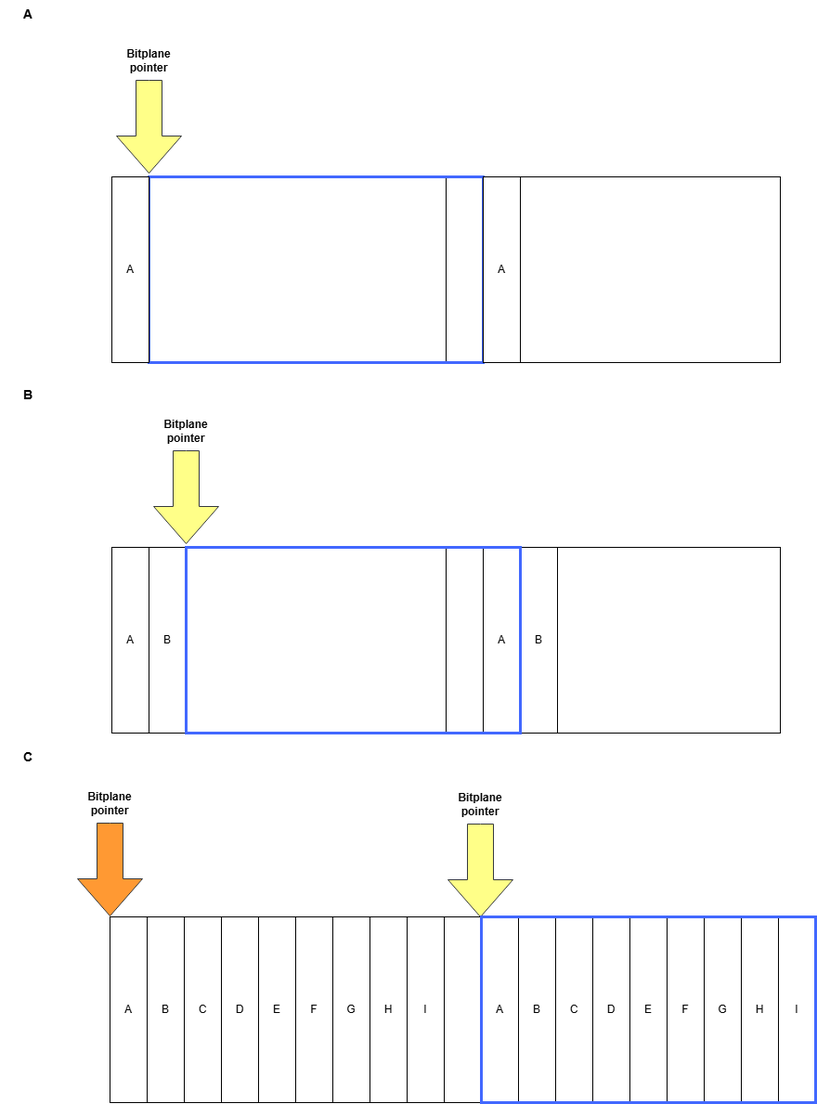
Before: tutorials/images/background.drawio.png, a diagram exported from draw.io (stefanocoppi/amiga_game_prog). Source tidied: cells renumbered, new cells last; positions are measured from the earlier drawing's top-left corner, leaving out a move shared by most shapes. Its diagram source:
```xml
<mxGraphModel>
  <root>
    <mxCell id="0" />
    <mxCell id="1" parent="0" />
    <mxCell id="2" style="rounded=0;whiteSpace=wrap;html=1;" parent="1" vertex="1">
      <mxGeometry x="120" y="190" width="360" height="200" as="geometry" />
    </mxCell>
    <mxCell id="3" style="rounded=0;whiteSpace=wrap;html=1;" parent="1" vertex="1">
      <mxGeometry x="480" y="190" width="360" height="200" as="geometry" />
    </mxCell>
    <mxCell id="4" style="rounded=0;whiteSpace=wrap;html=1;strokeWidth=3;strokeColor=#4268FF;fillColor=none;" parent="1" vertex="1">
      <mxGeometry x="160" y="190" width="360" height="200" as="geometry" />
    </mxCell>
    <mxCell id="5" value="A" style="rounded=0;whiteSpace=wrap;html=1;" parent="1" vertex="1">
      <mxGeometry x="120" y="190" width="40" height="200" as="geometry" />
    </mxCell>
    <mxCell id="6" value="A" style="rounded=0;whiteSpace=wrap;html=1;" parent="1" vertex="1">
      <mxGeometry x="520" y="190" width="40" height="200" as="geometry" />
    </mxCell>
    <mxCell id="7" style="rounded=0;whiteSpace=wrap;html=1;" parent="1" vertex="1">
      <mxGeometry x="118" y="987" width="360" height="200" as="geometry" />
    </mxCell>
    <mxCell id="8" style="rounded=0;whiteSpace=wrap;html=1;" parent="1" vertex="1">
      <mxGeometry x="478" y="987" width="360" height="200" as="geometry" />
    </mxCell>
    <mxCell id="9" value="A" style="rounded=0;whiteSpace=wrap;html=1;" parent="1" vertex="1">
      <mxGeometry x="118" y="987" width="40" height="200" as="geometry" />
    </mxCell>
    <mxCell id="10" value="A" style="rounded=0;whiteSpace=wrap;html=1;" parent="1" vertex="1">
      <mxGeometry x="518" y="987" width="40" height="200" as="geometry" />
    </mxCell>
    <mxCell id="11" style="group;" parent="1" vertex="1">
      <mxGeometry x="482" y="851" width="70" height="136" as="geometry" />
    </mxCell>
    <mxCell id="12" style="html=1;shadow=0;dashed=0;align=center;verticalAlign=middle;shape=mxgraph.arrows2.arrow;dy=0.6;dx=40;direction=south;notch=0;fillColor=#ffff88;strokeColor=#36393d;" parent="11" vertex="1">
      <mxGeometry y="36" width="70" height="100" as="geometry" />
    </mxCell>
    <mxCell id="13" value="&lt;b&gt;Bitplane pointer&lt;/b&gt;" style="text;html=1;align=center;verticalAlign=middle;whiteSpace=wrap;rounded=0;" parent="11" vertex="1">
      <mxGeometry x="5" width="60" height="30" as="geometry" />
    </mxCell>
    <mxCell id="14" style="group;" parent="1" vertex="1">
      <mxGeometry x="125" y="50" width="70" height="136" as="geometry" />
    </mxCell>
    <mxCell id="15" style="html=1;shadow=0;dashed=0;align=center;verticalAlign=middle;shape=mxgraph.arrows2.arrow;dy=0.6;dx=40;direction=south;notch=0;fillColor=#ffff88;strokeColor=#36393d;" parent="14" vertex="1">
      <mxGeometry y="36" width="70" height="100" as="geometry" />
    </mxCell>
    <mxCell id="16" value="&lt;b&gt;Bitplane pointer&lt;/b&gt;" style="text;html=1;align=center;verticalAlign=middle;whiteSpace=wrap;rounded=0;" parent="14" vertex="1">
      <mxGeometry x="5" width="60" height="30" as="geometry" />
    </mxCell>
    <mxCell id="17" value="B" style="rounded=0;whiteSpace=wrap;html=1;" parent="1" vertex="1">
      <mxGeometry x="158" y="987" width="40" height="200" as="geometry" />
    </mxCell>
    <mxCell id="18" value="B" style="rounded=0;whiteSpace=wrap;html=1;" parent="1" vertex="1">
      <mxGeometry x="558" y="987" width="40" height="200" as="geometry" />
    </mxCell>
    <mxCell id="19" value="C" style="rounded=0;whiteSpace=wrap;html=1;" parent="1" vertex="1">
      <mxGeometry x="198" y="987" width="40" height="200" as="geometry" />
    </mxCell>
    <mxCell id="20" value="C" style="rounded=0;whiteSpace=wrap;html=1;" parent="1" vertex="1">
      <mxGeometry x="598" y="987" width="40" height="200" as="geometry" />
    </mxCell>
    <mxCell id="21" value="D" style="rounded=0;whiteSpace=wrap;html=1;" parent="1" vertex="1">
      <mxGeometry x="238" y="987" width="40" height="200" as="geometry" />
    </mxCell>
    <mxCell id="22" value="D" style="rounded=0;whiteSpace=wrap;html=1;" parent="1" vertex="1">
      <mxGeometry x="638" y="987" width="40" height="200" as="geometry" />
    </mxCell>
    <mxCell id="23" value="E" style="rounded=0;whiteSpace=wrap;html=1;" parent="1" vertex="1">
      <mxGeometry x="278" y="987" width="40" height="200" as="geometry" />
    </mxCell>
    <mxCell id="24" value="E" style="rounded=0;whiteSpace=wrap;html=1;" parent="1" vertex="1">
      <mxGeometry x="678" y="987" width="40" height="200" as="geometry" />
    </mxCell>
    <mxCell id="25" value="F" style="rounded=0;whiteSpace=wrap;html=1;" parent="1" vertex="1">
      <mxGeometry x="318" y="987" width="40" height="200" as="geometry" />
    </mxCell>
    <mxCell id="26" value="F" style="rounded=0;whiteSpace=wrap;html=1;" parent="1" vertex="1">
      <mxGeometry x="718" y="987" width="40" height="200" as="geometry" />
    </mxCell>
    <mxCell id="27" value="G" style="rounded=0;whiteSpace=wrap;html=1;" parent="1" vertex="1">
      <mxGeometry x="358" y="987" width="40" height="200" as="geometry" />
    </mxCell>
    <mxCell id="28" value="G" style="rounded=0;whiteSpace=wrap;html=1;" parent="1" vertex="1">
      <mxGeometry x="758" y="987" width="40" height="200" as="geometry" />
    </mxCell>
    <mxCell id="29" value="H" style="rounded=0;whiteSpace=wrap;html=1;" parent="1" vertex="1">
      <mxGeometry x="398" y="987" width="40" height="200" as="geometry" />
    </mxCell>
    <mxCell id="30" value="H" style="rounded=0;whiteSpace=wrap;html=1;" parent="1" vertex="1">
      <mxGeometry x="798" y="987" width="40" height="200" as="geometry" />
    </mxCell>
    <mxCell id="31" value="I" style="rounded=0;whiteSpace=wrap;html=1;" parent="1" vertex="1">
      <mxGeometry x="438" y="987" width="40" height="200" as="geometry" />
    </mxCell>
    <mxCell id="32" value="I" style="rounded=0;whiteSpace=wrap;html=1;" parent="1" vertex="1">
      <mxGeometry x="838" y="987" width="40" height="200" as="geometry" />
    </mxCell>
    <mxCell id="33" style="rounded=0;whiteSpace=wrap;html=1;strokeWidth=3;strokeColor=#4268FF;fillColor=none;" parent="1" vertex="1">
      <mxGeometry x="518" y="987" width="360" height="200" as="geometry" />
    </mxCell>
    <mxCell id="34" style="group;" parent="1" vertex="1">
      <mxGeometry x="83" y="850" width="70" height="136" as="geometry" />
    </mxCell>
    <mxCell id="35" style="html=1;shadow=0;dashed=0;align=center;verticalAlign=middle;shape=mxgraph.arrows2.arrow;dy=0.6;dx=40;direction=south;notch=0;fillColor=#FF9933;strokeColor=#36393d;" parent="34" vertex="1">
      <mxGeometry y="36" width="70" height="100" as="geometry" />
    </mxCell>
    <mxCell id="36" value="&lt;b&gt;Bitplane pointer&lt;/b&gt;" style="text;html=1;align=center;verticalAlign=middle;whiteSpace=wrap;rounded=0;" parent="34" vertex="1">
      <mxGeometry x="5" width="60" height="30" as="geometry" />
    </mxCell>
    <mxCell id="37" style="rounded=0;whiteSpace=wrap;html=1;" parent="1" vertex="1">
      <mxGeometry x="120" y="589" width="360" height="200" as="geometry" />
    </mxCell>
    <mxCell id="38" style="rounded=0;whiteSpace=wrap;html=1;" parent="1" vertex="1">
      <mxGeometry x="480" y="589" width="360" height="200" as="geometry" />
    </mxCell>
    <mxCell id="39" value="A" style="rounded=0;whiteSpace=wrap;html=1;" parent="1" vertex="1">
      <mxGeometry x="120" y="589" width="40" height="200" as="geometry" />
    </mxCell>
    <mxCell id="40" value="A" style="rounded=0;whiteSpace=wrap;html=1;" parent="1" vertex="1">
      <mxGeometry x="520" y="589" width="40" height="200" as="geometry" />
    </mxCell>
    <mxCell id="41" style="group;" parent="1" vertex="1">
      <mxGeometry x="165" y="449" width="70" height="136" as="geometry" />
    </mxCell>
    <mxCell id="42" style="html=1;shadow=0;dashed=0;align=center;verticalAlign=middle;shape=mxgraph.arrows2.arrow;dy=0.6;dx=40;direction=south;notch=0;fillColor=#ffff88;strokeColor=#36393d;" parent="41" vertex="1">
      <mxGeometry y="36" width="70" height="100" as="geometry" />
    </mxCell>
    <mxCell id="43" value="&lt;b&gt;Bitplane pointer&lt;/b&gt;" style="text;html=1;align=center;verticalAlign=middle;whiteSpace=wrap;rounded=0;" parent="41" vertex="1">
      <mxGeometry x="5" width="60" height="30" as="geometry" />
    </mxCell>
    <mxCell id="44" value="B" style="rounded=0;whiteSpace=wrap;html=1;" parent="1" vertex="1">
      <mxGeometry x="160" y="589" width="40" height="200" as="geometry" />
    </mxCell>
    <mxCell id="45" value="B" style="rounded=0;whiteSpace=wrap;html=1;" parent="1" vertex="1">
      <mxGeometry x="560" y="589" width="40" height="200" as="geometry" />
    </mxCell>
    <mxCell id="46" style="rounded=0;whiteSpace=wrap;html=1;strokeWidth=3;strokeColor=#4268FF;fillColor=none;" parent="1" vertex="1">
      <mxGeometry x="200" y="589" width="360" height="200" as="geometry" />
    </mxCell>
    <mxCell id="47" value="&lt;b&gt;&lt;font style=&quot;font-size: 14px;&quot;&gt;A&lt;/font&gt;&lt;/b&gt;" style="text;html=1;align=center;verticalAlign=middle;whiteSpace=wrap;rounded=0;" parent="1" vertex="1">
      <mxGeometry width="60" height="30" as="geometry" />
    </mxCell>
    <mxCell id="48" value="&lt;b&gt;&lt;font style=&quot;font-size: 14px;&quot;&gt;B&lt;/font&gt;&lt;/b&gt;" style="text;html=1;align=center;verticalAlign=middle;whiteSpace=wrap;rounded=0;" parent="1" vertex="1">
      <mxGeometry y="410" width="60" height="30" as="geometry" />
    </mxCell>
    <mxCell id="49" value="&lt;b&gt;&lt;font style=&quot;font-size: 14px;&quot;&gt;C&lt;/font&gt;&lt;/b&gt;" style="text;html=1;align=center;verticalAlign=middle;whiteSpace=wrap;rounded=0;" parent="1" vertex="1">
      <mxGeometry y="800" width="60" height="30" as="geometry" />
    </mxCell>
  </root>
</mxGraphModel>
```
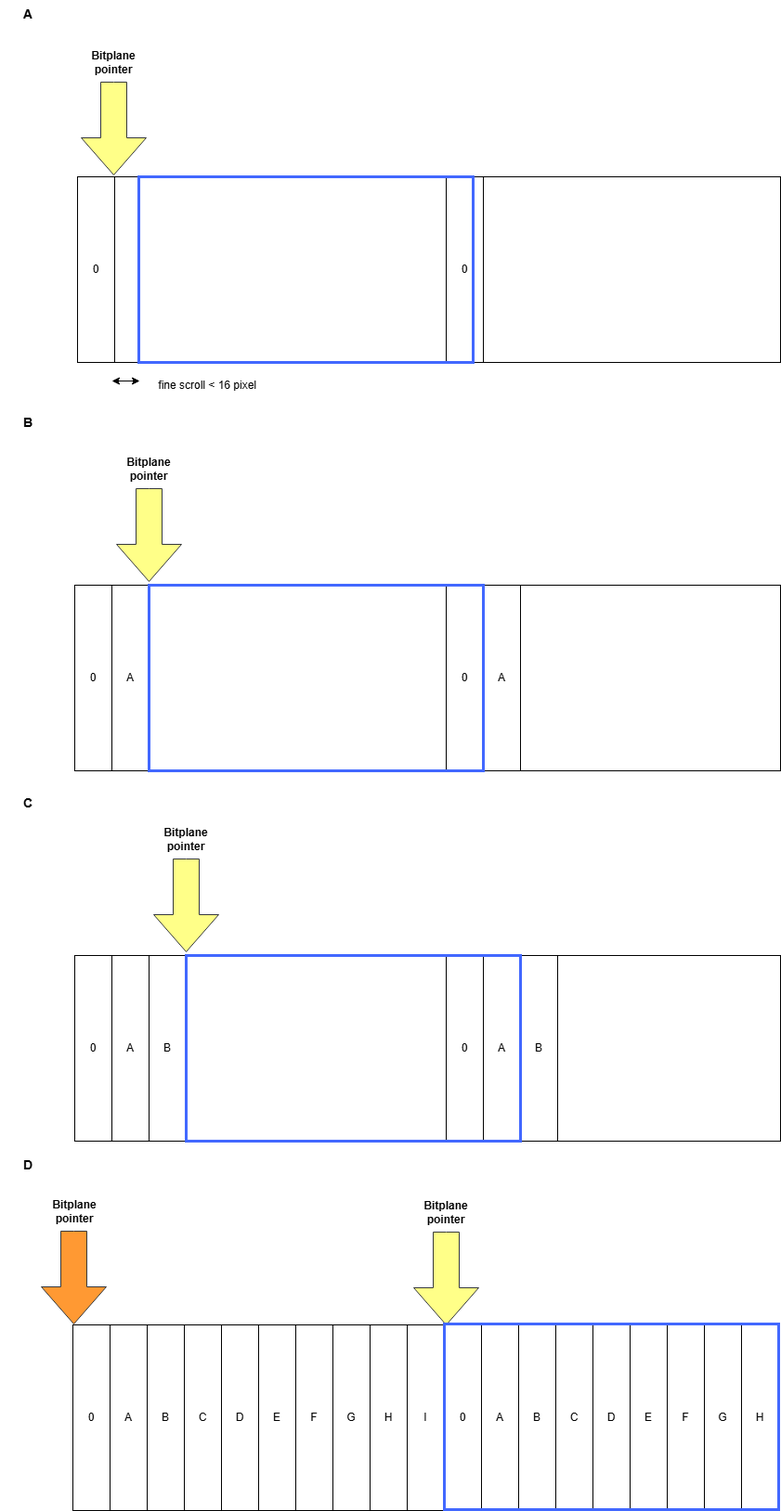
The same diagram one commit later.

Diff of the diagram source:
```diff
@@ -8,9 +8,6 @@
     <mxCell id="3" style="rounded=0;whiteSpace=wrap;html=1;" parent="1" vertex="1">
       <mxGeometry x="480" y="190" width="360" height="200" as="geometry" />
     </mxCell>
-    <mxCell id="4" style="rounded=0;whiteSpace=wrap;html=1;strokeWidth=3;strokeColor=#4268FF;fillColor=none;" parent="1" vertex="1">
-      <mxGeometry x="160" y="190" width="360" height="200" as="geometry" />
-    </mxCell>
     <mxCell id="5" value="A" style="rounded=0;whiteSpace=wrap;html=1;" parent="1" vertex="1">
       <mxGeometry x="120" y="190" width="40" height="200" as="geometry" />
     </mxCell>
@@ -30,7 +27,7 @@
       <mxGeometry x="518" y="987" width="40" height="200" as="geometry" />
     </mxCell>
     <mxCell id="11" style="group;" parent="1" vertex="1">
-      <mxGeometry x="482" y="851" width="70" height="136" as="geometry" />
+      <mxGeometry x="445" y="851" width="70" height="136" as="geometry" />
     </mxCell>
     <mxCell id="12" style="html=1;shadow=0;dashed=0;align=center;verticalAlign=middle;shape=mxgraph.arrows2.arrow;dy=0.6;dx=40;direction=south;notch=0;fillColor=#ffff88;strokeColor=#36393d;" parent="11" vertex="1">
       <mxGeometry y="36" width="70" height="100" as="geometry" />
@@ -92,17 +89,11 @@
     <mxCell id="31" value="I" style="rounded=0;whiteSpace=wrap;html=1;" parent="1" vertex="1">
       <mxGeometry x="438" y="987" width="40" height="200" as="geometry" />
     </mxCell>
-    <mxCell id="32" value="I" style="rounded=0;whiteSpace=wrap;html=1;" parent="1" vertex="1">
-      <mxGeometry x="838" y="987" width="40" height="200" as="geometry" />
-    </mxCell>
-    <mxCell id="33" style="rounded=0;whiteSpace=wrap;html=1;strokeWidth=3;strokeColor=#4268FF;fillColor=none;" parent="1" vertex="1">
-      <mxGeometry x="518" y="987" width="360" height="200" as="geometry" />
-    </mxCell>
     <mxCell id="34" style="group;" parent="1" vertex="1">
-      <mxGeometry x="83" y="850" width="70" height="136" as="geometry" />
+      <mxGeometry x="45" y="850" width="70" height="136" as="geometry" />
     </mxCell>
     <mxCell id="35" style="html=1;shadow=0;dashed=0;align=center;verticalAlign=middle;shape=mxgraph.arrows2.arrow;dy=0.6;dx=40;direction=south;notch=0;fillColor=#FF9933;strokeColor=#36393d;" parent="34" vertex="1">
-      <mxGeometry y="36" width="70" height="100" as="geometry" />
+      <mxGeometry x="-1" y="36" width="70" height="100" as="geometry" />
     </mxCell>
     <mxCell id="36" value="&lt;b&gt;Bitplane pointer&lt;/b&gt;" style="text;html=1;align=center;verticalAlign=middle;whiteSpace=wrap;rounded=0;" parent="34" vertex="1">
       <mxGeometry x="5" width="60" height="30" as="geometry" />
@@ -134,17 +125,77 @@
     <mxCell id="45" value="B" style="rounded=0;whiteSpace=wrap;html=1;" parent="1" vertex="1">
       <mxGeometry x="560" y="589" width="40" height="200" as="geometry" />
     </mxCell>
-    <mxCell id="46" style="rounded=0;whiteSpace=wrap;html=1;strokeWidth=3;strokeColor=#4268FF;fillColor=none;" parent="1" vertex="1">
-      <mxGeometry x="200" y="589" width="360" height="200" as="geometry" />
-    </mxCell>
-    <mxCell id="47" value="&lt;b&gt;&lt;font style=&quot;font-size: 14px;&quot;&gt;A&lt;/font&gt;&lt;/b&gt;" style="text;html=1;align=center;verticalAlign=middle;whiteSpace=wrap;rounded=0;" parent="1" vertex="1">
+    <mxCell id="47" value="&lt;b&gt;&lt;font style=&quot;font-size: 14px;&quot;&gt;B&lt;/font&gt;&lt;/b&gt;" style="text;html=1;align=center;verticalAlign=middle;whiteSpace=wrap;rounded=0;" parent="1" vertex="1">
       <mxGeometry width="60" height="30" as="geometry" />
     </mxCell>
-    <mxCell id="48" value="&lt;b&gt;&lt;font style=&quot;font-size: 14px;&quot;&gt;B&lt;/font&gt;&lt;/b&gt;" style="text;html=1;align=center;verticalAlign=middle;whiteSpace=wrap;rounded=0;" parent="1" vertex="1">
+    <mxCell id="48" value="&lt;b&gt;&lt;font style=&quot;font-size: 14px;&quot;&gt;C&lt;/font&gt;&lt;/b&gt;" style="text;html=1;align=center;verticalAlign=middle;whiteSpace=wrap;rounded=0;" parent="1" vertex="1">
       <mxGeometry y="410" width="60" height="30" as="geometry" />
     </mxCell>
-    <mxCell id="49" value="&lt;b&gt;&lt;font style=&quot;font-size: 14px;&quot;&gt;C&lt;/font&gt;&lt;/b&gt;" style="text;html=1;align=center;verticalAlign=middle;whiteSpace=wrap;rounded=0;" parent="1" vertex="1">
+    <mxCell id="49" value="&lt;b&gt;&lt;font style=&quot;font-size: 14px;&quot;&gt;D&lt;/font&gt;&lt;/b&gt;" style="text;html=1;align=center;verticalAlign=middle;whiteSpace=wrap;rounded=0;" parent="1" vertex="1">
       <mxGeometry y="800" width="60" height="30" as="geometry" />
     </mxCell>
+    <mxCell id="50" style="rounded=0;whiteSpace=wrap;html=1;" parent="1" vertex="1">
+      <mxGeometry x="120" y="-250" width="360" height="200" as="geometry" />
+    </mxCell>
+    <mxCell id="51" style="rounded=0;whiteSpace=wrap;html=1;" parent="1" vertex="1">
+      <mxGeometry x="480" y="-250" width="360" height="200" as="geometry" />
+    </mxCell>
+    <mxCell id="52" value="0" style="rounded=0;whiteSpace=wrap;html=1;" parent="1" vertex="1">
+      <mxGeometry x="83" y="-250" width="40" height="200" as="geometry" />
+    </mxCell>
+    <mxCell id="53" style="group;" parent="1" vertex="1">
+      <mxGeometry x="87" y="-388" width="70" height="136" as="geometry" />
+    </mxCell>
+    <mxCell id="54" style="html=1;shadow=0;dashed=0;align=center;verticalAlign=middle;shape=mxgraph.arrows2.arrow;dy=0.6;dx=40;direction=south;notch=0;fillColor=#ffff88;strokeColor=#36393d;" parent="53" vertex="1">
+      <mxGeometry y="36" width="70" height="100" as="geometry" />
+    </mxCell>
+    <mxCell id="55" value="&lt;b&gt;Bitplane pointer&lt;/b&gt;" style="text;html=1;align=center;verticalAlign=middle;whiteSpace=wrap;rounded=0;" parent="53" vertex="1">
+      <mxGeometry x="5" width="60" height="30" as="geometry" />
+    </mxCell>
+    <mxCell id="56" value="&lt;b&gt;&lt;font style=&quot;font-size: 14px;&quot;&gt;A&lt;/font&gt;&lt;/b&gt;" style="text;html=1;align=center;verticalAlign=middle;whiteSpace=wrap;rounded=0;" parent="1" vertex="1">
+      <mxGeometry y="-440" width="60" height="30" as="geometry" />
+    </mxCell>
+    <mxCell id="57" value="0" style="rounded=0;whiteSpace=wrap;html=1;" parent="1" vertex="1">
+      <mxGeometry x="480" y="-250" width="40" height="200" as="geometry" />
+    </mxCell>
+    <mxCell id="58" style="rounded=0;whiteSpace=wrap;html=1;strokeWidth=3;strokeColor=#4268FF;fillColor=none;" parent="1" vertex="1">
+      <mxGeometry x="149" y="-250" width="360" height="200" as="geometry" />
+    </mxCell>
+    <mxCell id="59" style="endArrow=classic;startArrow=classic;html=1;rounded=0;" parent="1" edge="1">
+      <mxGeometry relative="1" as="geometry">
+        <mxPoint x="120" y="-30" as="sourcePoint" />
+        <mxPoint x="150" y="-30" as="targetPoint" />
+      </mxGeometry>
+    </mxCell>
+    <mxCell id="60" value="&amp;nbsp;fine scroll &amp;lt; 16 pixel" style="text;html=1;align=center;verticalAlign=middle;whiteSpace=wrap;rounded=0;" parent="1" vertex="1">
+      <mxGeometry x="153" y="-40" width="137" height="30" as="geometry" />
+    </mxCell>
+    <mxCell id="61" value="0" style="rounded=0;whiteSpace=wrap;html=1;" parent="1" vertex="1">
+      <mxGeometry x="480" y="190" width="40" height="200" as="geometry" />
+    </mxCell>
+    <mxCell id="4" style="rounded=0;whiteSpace=wrap;html=1;strokeWidth=3;strokeColor=#4268FF;fillColor=none;" parent="1" vertex="1">
+      <mxGeometry x="160" y="190" width="360" height="200" as="geometry" />
+    </mxCell>
+    <mxCell id="62" value="0" style="rounded=0;whiteSpace=wrap;html=1;" parent="1" vertex="1">
+      <mxGeometry x="480" y="589" width="40" height="200" as="geometry" />
+    </mxCell>
+    <mxCell id="46" style="rounded=0;whiteSpace=wrap;html=1;strokeWidth=3;strokeColor=#4268FF;fillColor=none;" parent="1" vertex="1">
+      <mxGeometry x="200" y="589" width="360" height="200" as="geometry" />
+    </mxCell>
+    <mxCell id="63" value="0" style="rounded=0;whiteSpace=wrap;html=1;" parent="1" vertex="1">
+      <mxGeometry x="478" y="987" width="40" height="200" as="geometry" />
+    </mxCell>
+    <mxCell id="64" value="0" style="rounded=0;whiteSpace=wrap;html=1;" parent="1" vertex="1">
+      <mxGeometry x="80" y="190" width="40" height="200" as="geometry" />
+    </mxCell>
+    <mxCell id="65" value="0" style="rounded=0;whiteSpace=wrap;html=1;" parent="1" vertex="1">
+      <mxGeometry x="80" y="589" width="40" height="200" as="geometry" />
+    </mxCell>
+    <mxCell id="66" value="0" style="rounded=0;whiteSpace=wrap;html=1;" parent="1" vertex="1">
+      <mxGeometry x="78" y="987" width="40" height="200" as="geometry" />
+    </mxCell>
+    <mxCell id="33" style="rounded=0;whiteSpace=wrap;html=1;strokeWidth=3;strokeColor=#4268FF;fillColor=none;" parent="1" vertex="1">
+      <mxGeometry x="478" y="986" width="360" height="200" as="geometry" />
+    </mxCell>
   </root>
 </mxGraphModel>
```
